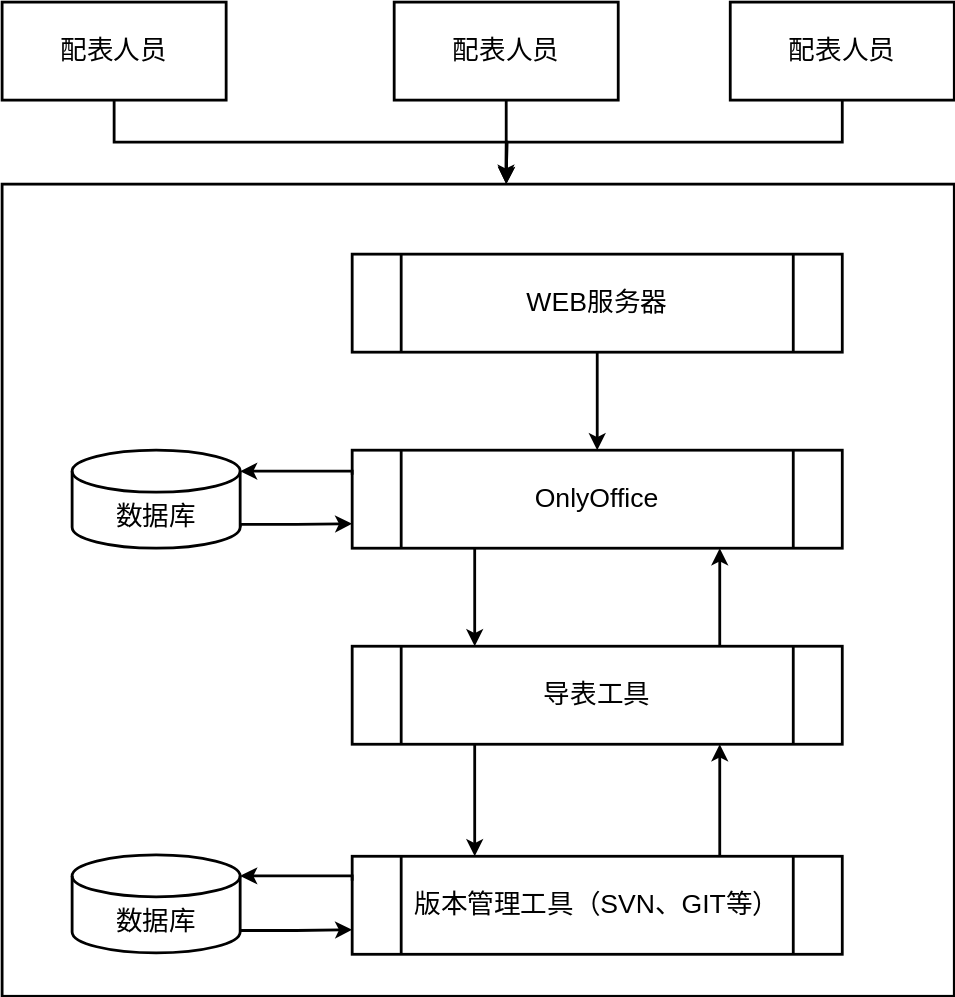
The draw.io diagram 一种基于WEB表格支持协同配置校验数据的方法/部署图.svg in dong50252409/drawio, before a commit. Source tidied: cells renumbered, new cells last; positions are measured from the earlier drawing's top-left corner, leaving out a move shared by most shapes. Its diagram source:
```xml
<mxGraphModel>
  <root>
    <mxCell id="0" />
    <mxCell id="1" parent="0" />
    <mxCell id="2" style="rounded=0;whiteSpace=wrap;html=1;fontSize=19;strokeWidth=2;" parent="1" vertex="1">
      <mxGeometry y="130" width="680" height="580" as="geometry" />
    </mxCell>
    <mxCell id="3" style="edgeStyle=orthogonalEdgeStyle;rounded=0;jettySize=auto;html=1;exitX=0.5;exitY=1;exitDx=0;exitDy=0;strokeWidth=2;" parent="1" edge="1" source="4">
      <mxGeometry relative="1" as="geometry">
        <mxPoint x="360" y="130" as="targetPoint" />
      </mxGeometry>
    </mxCell>
    <mxCell id="4" value="配表人员" style="rounded=0;whiteSpace=wrap;html=1;fontSize=19;strokeWidth=2;" parent="1" vertex="1">
      <mxGeometry width="160" height="70" as="geometry" />
    </mxCell>
    <mxCell id="5" style="edgeStyle=orthogonalEdgeStyle;rounded=0;jettySize=auto;html=1;exitX=0.5;exitY=1;exitDx=0;exitDy=0;strokeWidth=2;" parent="1" edge="1" source="6">
      <mxGeometry relative="1" as="geometry">
        <mxPoint x="360" y="130" as="targetPoint" />
      </mxGeometry>
    </mxCell>
    <mxCell id="6" value="配表人员" style="rounded=0;whiteSpace=wrap;html=1;fontSize=19;strokeWidth=2;" parent="1" vertex="1">
      <mxGeometry x="520" width="160" height="70" as="geometry" />
    </mxCell>
    <mxCell id="7" style="edgeStyle=orthogonalEdgeStyle;rounded=0;jettySize=auto;html=1;exitX=0.5;exitY=1;exitDx=0;exitDy=0;entryX=0.5;entryY=0;entryDx=0;entryDy=0;fontSize=19;strokeWidth=2;" parent="1" edge="1" source="8" target="10">
      <mxGeometry relative="1" as="geometry" />
    </mxCell>
    <mxCell id="8" value="WEB服务器" style="shape=process;whiteSpace=wrap;html=1;backgroundOutline=1;fontSize=19;strokeWidth=2;" parent="1" vertex="1">
      <mxGeometry x="250" y="180" width="350" height="70" as="geometry" />
    </mxCell>
    <mxCell id="9" style="edgeStyle=orthogonalEdgeStyle;rounded=0;jettySize=auto;html=1;exitX=0.25;exitY=1;exitDx=0;exitDy=0;entryX=0.25;entryY=0;entryDx=0;entryDy=0;fontSize=19;strokeWidth=2;" parent="1" edge="1" source="10" target="13">
      <mxGeometry relative="1" as="geometry" />
    </mxCell>
    <mxCell id="10" value="OnlyOffice" style="shape=process;whiteSpace=wrap;html=1;backgroundOutline=1;fontSize=19;strokeWidth=2;" parent="1" vertex="1">
      <mxGeometry x="250" y="320" width="350" height="70" as="geometry" />
    </mxCell>
    <mxCell id="11" style="edgeStyle=orthogonalEdgeStyle;rounded=0;jettySize=auto;html=1;exitX=0.75;exitY=0;exitDx=0;exitDy=0;entryX=0.75;entryY=1;entryDx=0;entryDy=0;fontSize=19;strokeWidth=2;" parent="1" edge="1" source="13" target="10">
      <mxGeometry relative="1" as="geometry" />
    </mxCell>
    <mxCell id="12" style="edgeStyle=orthogonalEdgeStyle;rounded=0;jettySize=auto;html=1;exitX=0.25;exitY=1;exitDx=0;exitDy=0;entryX=0.25;entryY=0;entryDx=0;entryDy=0;strokeWidth=2;" parent="1" edge="1" source="13" target="15">
      <mxGeometry relative="1" as="geometry" />
    </mxCell>
    <mxCell id="13" value="导表工具" style="shape=process;whiteSpace=wrap;html=1;backgroundOutline=1;fontSize=19;strokeWidth=2;" parent="1" vertex="1">
      <mxGeometry x="250" y="460" width="350" height="70" as="geometry" />
    </mxCell>
    <mxCell id="14" style="edgeStyle=orthogonalEdgeStyle;rounded=0;jettySize=auto;html=1;exitX=0.75;exitY=0;exitDx=0;exitDy=0;entryX=0.75;entryY=1;entryDx=0;entryDy=0;strokeWidth=2;" parent="1" edge="1" source="15" target="13">
      <mxGeometry relative="1" as="geometry" />
    </mxCell>
    <mxCell id="15" value="版本管理工具（SVN、GIT等）" style="shape=process;whiteSpace=wrap;html=1;backgroundOutline=1;fontSize=19;strokeWidth=2;" parent="1" vertex="1">
      <mxGeometry x="250" y="610" width="350" height="70" as="geometry" />
    </mxCell>
    <mxCell id="16" style="edgeStyle=orthogonalEdgeStyle;rounded=0;jettySize=auto;html=1;exitX=1;exitY=1;exitDx=0;exitDy=-15;exitPerimeter=0;entryX=0;entryY=0.75;entryDx=0;entryDy=0;fontSize=19;strokeWidth=2;" parent="1" edge="1" source="17" target="10">
      <mxGeometry relative="1" as="geometry">
        <Array as="points">
          <mxPoint x="170" y="373" />
          <mxPoint x="210" y="373" />
        </Array>
      </mxGeometry>
    </mxCell>
    <mxCell id="17" value="数据库" style="shape=cylinder3;whiteSpace=wrap;html=1;boundedLbl=1;backgroundOutline=1;size=15;fontSize=19;strokeWidth=2;" parent="1" vertex="1">
      <mxGeometry x="50" y="320" width="120" height="70" as="geometry" />
    </mxCell>
    <mxCell id="18" style="edgeStyle=orthogonalEdgeStyle;rounded=0;jettySize=auto;html=1;exitX=1;exitY=1;exitDx=0;exitDy=-15;exitPerimeter=0;entryX=0;entryY=0.75;entryDx=0;entryDy=0;fontSize=19;strokeWidth=2;" parent="1" edge="1" source="19" target="15">
      <mxGeometry relative="1" as="geometry">
        <Array as="points">
          <mxPoint x="170" y="663" />
          <mxPoint x="210" y="663" />
        </Array>
      </mxGeometry>
    </mxCell>
    <mxCell id="19" value="数据库" style="shape=cylinder3;whiteSpace=wrap;html=1;boundedLbl=1;backgroundOutline=1;size=15;fontSize=19;strokeWidth=2;" parent="1" vertex="1">
      <mxGeometry x="50" y="609" width="120" height="70" as="geometry" />
    </mxCell>
    <mxCell id="20" style="edgeStyle=orthogonalEdgeStyle;rounded=0;jettySize=auto;html=1;exitX=0;exitY=0.25;exitDx=0;exitDy=0;entryX=1;entryY=0;entryDx=0;entryDy=15;entryPerimeter=0;fontSize=19;strokeWidth=2;" parent="1" edge="1" source="15" target="19">
      <mxGeometry relative="1" as="geometry">
        <Array as="points">
          <mxPoint x="250" y="624" />
        </Array>
      </mxGeometry>
    </mxCell>
    <mxCell id="21" style="edgeStyle=orthogonalEdgeStyle;rounded=0;jettySize=auto;html=1;exitX=0;exitY=0.25;exitDx=0;exitDy=0;entryX=1;entryY=0;entryDx=0;entryDy=15;entryPerimeter=0;fontSize=19;strokeWidth=2;" parent="1" edge="1" source="10" target="17">
      <mxGeometry relative="1" as="geometry">
        <Array as="points">
          <mxPoint x="250" y="335" />
        </Array>
      </mxGeometry>
    </mxCell>
    <mxCell id="22" value="配表人员" style="rounded=0;whiteSpace=wrap;html=1;fontSize=19;strokeWidth=2;" parent="1" vertex="1">
      <mxGeometry x="280" width="160" height="70" as="geometry" />
    </mxCell>
    <mxCell id="23" style="edgeStyle=orthogonalEdgeStyle;rounded=0;jettySize=auto;html=1;exitX=0.5;exitY=1;exitDx=0;exitDy=0;entryX=0.529;entryY=-0.003;entryDx=0;entryDy=0;entryPerimeter=0;strokeWidth=2;" parent="1" edge="1" source="22" target="2">
      <mxGeometry relative="1" as="geometry" />
    </mxCell>
  </root>
</mxGraphModel>
```
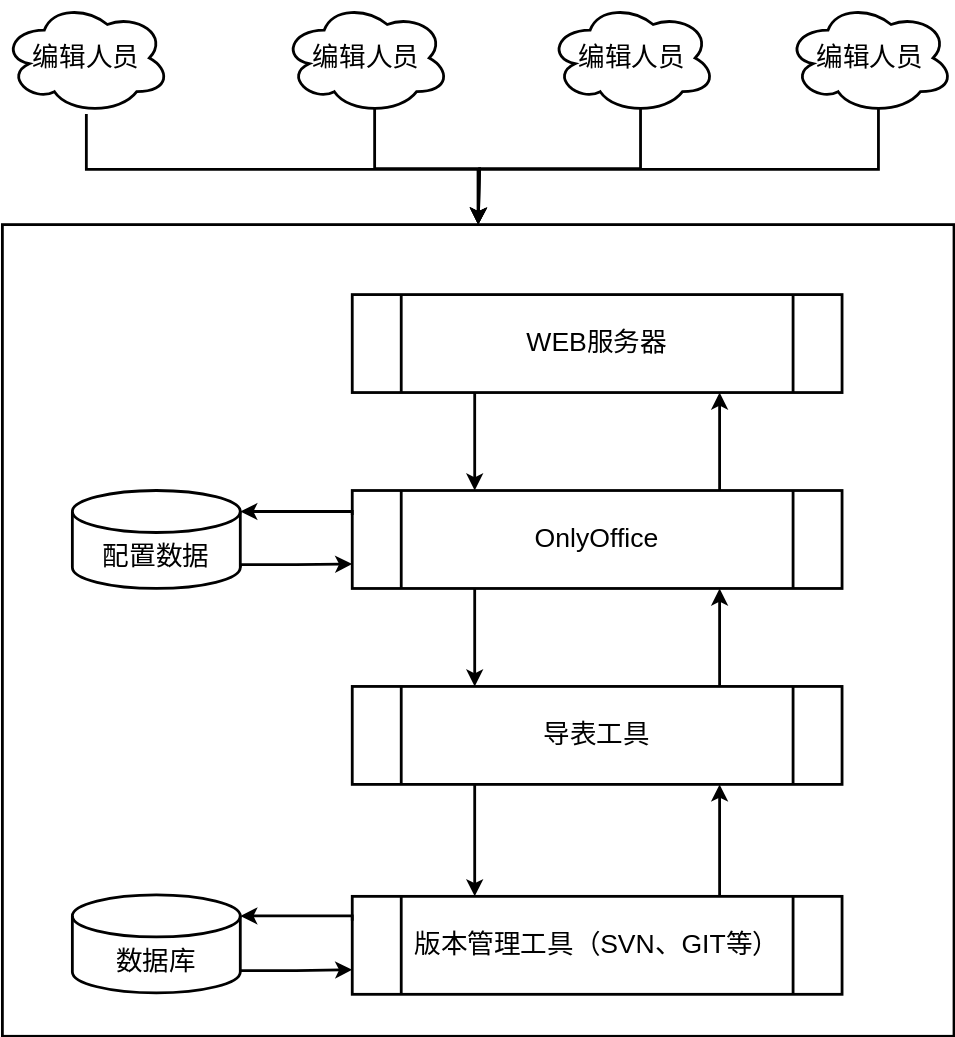
After the change.

Commit message:
更新部署图.svg

Diff of the diagram source:
```diff
@@ -5,23 +5,7 @@
     <mxCell id="2" style="rounded=0;whiteSpace=wrap;html=1;fontSize=19;strokeWidth=2;" parent="1" vertex="1">
       <mxGeometry y="130" width="680" height="580" as="geometry" />
     </mxCell>
-    <mxCell id="3" style="edgeStyle=orthogonalEdgeStyle;rounded=0;jettySize=auto;html=1;exitX=0.5;exitY=1;exitDx=0;exitDy=0;strokeWidth=2;" parent="1" edge="1" source="4">
-      <mxGeometry relative="1" as="geometry">
-        <mxPoint x="360" y="130" as="targetPoint" />
-      </mxGeometry>
-    </mxCell>
-    <mxCell id="4" value="配表人员" style="rounded=0;whiteSpace=wrap;html=1;fontSize=19;strokeWidth=2;" parent="1" vertex="1">
-      <mxGeometry width="160" height="70" as="geometry" />
-    </mxCell>
-    <mxCell id="5" style="edgeStyle=orthogonalEdgeStyle;rounded=0;jettySize=auto;html=1;exitX=0.5;exitY=1;exitDx=0;exitDy=0;strokeWidth=2;" parent="1" edge="1" source="6">
-      <mxGeometry relative="1" as="geometry">
-        <mxPoint x="360" y="130" as="targetPoint" />
-      </mxGeometry>
-    </mxCell>
-    <mxCell id="6" value="配表人员" style="rounded=0;whiteSpace=wrap;html=1;fontSize=19;strokeWidth=2;" parent="1" vertex="1">
-      <mxGeometry x="520" width="160" height="70" as="geometry" />
-    </mxCell>
-    <mxCell id="7" style="edgeStyle=orthogonalEdgeStyle;rounded=0;jettySize=auto;html=1;exitX=0.5;exitY=1;exitDx=0;exitDy=0;entryX=0.5;entryY=0;entryDx=0;entryDy=0;fontSize=19;strokeWidth=2;" parent="1" edge="1" source="8" target="10">
+    <mxCell id="7" style="edgeStyle=orthogonalEdgeStyle;rounded=0;jettySize=auto;html=1;exitX=0.25;exitY=1;exitDx=0;exitDy=0;entryX=0.25;entryY=0;entryDx=0;entryDy=0;strokeWidth=2;fontSize=19;" parent="1" edge="1" source="8" target="10">
       <mxGeometry relative="1" as="geometry" />
     </mxCell>
     <mxCell id="8" value="WEB服务器" style="shape=process;whiteSpace=wrap;html=1;backgroundOutline=1;fontSize=19;strokeWidth=2;" parent="1" vertex="1">
@@ -30,19 +14,22 @@
     <mxCell id="9" style="edgeStyle=orthogonalEdgeStyle;rounded=0;jettySize=auto;html=1;exitX=0.25;exitY=1;exitDx=0;exitDy=0;entryX=0.25;entryY=0;entryDx=0;entryDy=0;fontSize=19;strokeWidth=2;" parent="1" edge="1" source="10" target="13">
       <mxGeometry relative="1" as="geometry" />
     </mxCell>
+    <mxCell id="24" style="edgeStyle=orthogonalEdgeStyle;rounded=0;jettySize=auto;html=1;exitX=0.75;exitY=0;exitDx=0;exitDy=0;entryX=0.75;entryY=1;entryDx=0;entryDy=0;strokeWidth=2;fontSize=19;" parent="1" edge="1" source="10" target="8">
+      <mxGeometry relative="1" as="geometry" />
+    </mxCell>
     <mxCell id="10" value="OnlyOffice" style="shape=process;whiteSpace=wrap;html=1;backgroundOutline=1;fontSize=19;strokeWidth=2;" parent="1" vertex="1">
       <mxGeometry x="250" y="320" width="350" height="70" as="geometry" />
     </mxCell>
     <mxCell id="11" style="edgeStyle=orthogonalEdgeStyle;rounded=0;jettySize=auto;html=1;exitX=0.75;exitY=0;exitDx=0;exitDy=0;entryX=0.75;entryY=1;entryDx=0;entryDy=0;fontSize=19;strokeWidth=2;" parent="1" edge="1" source="13" target="10">
       <mxGeometry relative="1" as="geometry" />
     </mxCell>
-    <mxCell id="12" style="edgeStyle=orthogonalEdgeStyle;rounded=0;jettySize=auto;html=1;exitX=0.25;exitY=1;exitDx=0;exitDy=0;entryX=0.25;entryY=0;entryDx=0;entryDy=0;strokeWidth=2;" parent="1" edge="1" source="13" target="15">
+    <mxCell id="12" style="edgeStyle=orthogonalEdgeStyle;rounded=0;jettySize=auto;html=1;exitX=0.25;exitY=1;exitDx=0;exitDy=0;entryX=0.25;entryY=0;entryDx=0;entryDy=0;strokeWidth=2;fontSize=19;" parent="1" edge="1" source="13" target="15">
       <mxGeometry relative="1" as="geometry" />
     </mxCell>
     <mxCell id="13" value="导表工具" style="shape=process;whiteSpace=wrap;html=1;backgroundOutline=1;fontSize=19;strokeWidth=2;" parent="1" vertex="1">
       <mxGeometry x="250" y="460" width="350" height="70" as="geometry" />
     </mxCell>
-    <mxCell id="14" style="edgeStyle=orthogonalEdgeStyle;rounded=0;jettySize=auto;html=1;exitX=0.75;exitY=0;exitDx=0;exitDy=0;entryX=0.75;entryY=1;entryDx=0;entryDy=0;strokeWidth=2;" parent="1" edge="1" source="15" target="13">
+    <mxCell id="14" style="edgeStyle=orthogonalEdgeStyle;rounded=0;jettySize=auto;html=1;exitX=0.75;exitY=0;exitDx=0;exitDy=0;entryX=0.75;entryY=1;entryDx=0;entryDy=0;strokeWidth=2;fontSize=19;" parent="1" edge="1" source="15" target="13">
       <mxGeometry relative="1" as="geometry" />
     </mxCell>
     <mxCell id="15" value="版本管理工具（SVN、GIT等）" style="shape=process;whiteSpace=wrap;html=1;backgroundOutline=1;fontSize=19;strokeWidth=2;" parent="1" vertex="1">
@@ -56,7 +43,7 @@
         </Array>
       </mxGeometry>
     </mxCell>
-    <mxCell id="17" value="数据库" style="shape=cylinder3;whiteSpace=wrap;html=1;boundedLbl=1;backgroundOutline=1;size=15;fontSize=19;strokeWidth=2;" parent="1" vertex="1">
+    <mxCell id="17" value="配置数据" style="shape=cylinder3;whiteSpace=wrap;html=1;boundedLbl=1;backgroundOutline=1;size=15;fontSize=19;strokeWidth=2;" parent="1" vertex="1">
       <mxGeometry x="50" y="320" width="120" height="70" as="geometry" />
     </mxCell>
     <mxCell id="18" style="edgeStyle=orthogonalEdgeStyle;rounded=0;jettySize=auto;html=1;exitX=1;exitY=1;exitDx=0;exitDy=-15;exitPerimeter=0;entryX=0;entryY=0.75;entryDx=0;entryDy=0;fontSize=19;strokeWidth=2;" parent="1" edge="1" source="19" target="15">
@@ -84,11 +71,41 @@
         </Array>
       </mxGeometry>
     </mxCell>
-    <mxCell id="22" value="配表人员" style="rounded=0;whiteSpace=wrap;html=1;fontSize=19;strokeWidth=2;" parent="1" vertex="1">
-      <mxGeometry x="280" width="160" height="70" as="geometry" />
-    </mxCell>
-    <mxCell id="23" style="edgeStyle=orthogonalEdgeStyle;rounded=0;jettySize=auto;html=1;exitX=0.5;exitY=1;exitDx=0;exitDy=0;entryX=0.529;entryY=-0.003;entryDx=0;entryDy=0;entryPerimeter=0;strokeWidth=2;" parent="1" edge="1" source="22" target="2">
-      <mxGeometry relative="1" as="geometry" />
-    </mxCell>
+    <mxCell id="25" style="edgeStyle=orthogonalEdgeStyle;rounded=0;jettySize=auto;html=1;entryX=0.5;entryY=0;entryDx=0;entryDy=0;strokeWidth=2;fontSize=19;" parent="1" edge="1" source="26" target="2">
+      <mxGeometry relative="1" as="geometry" />
+    </mxCell>
+    <mxCell id="26" value="编辑人员" style="ellipse;shape=cloud;whiteSpace=wrap;html=1;strokeWidth=2;fontSize=19;" parent="1" vertex="1">
+      <mxGeometry y="-29" width="120" height="80" as="geometry" />
+    </mxCell>
+    <mxCell id="27" style="edgeStyle=orthogonalEdgeStyle;rounded=0;jettySize=auto;html=1;exitX=0.55;exitY=0.95;exitDx=0;exitDy=0;exitPerimeter=0;strokeWidth=2;fontSize=19;" parent="1" edge="1" source="28">
+      <mxGeometry relative="1" as="geometry">
+        <mxPoint x="340" y="130" as="targetPoint" />
+        <Array as="points">
+          <mxPoint x="266" y="90" />
+          <mxPoint x="341" y="90" />
+        </Array>
+      </mxGeometry>
+    </mxCell>
+    <mxCell id="28" value="编辑人员" style="ellipse;shape=cloud;whiteSpace=wrap;html=1;strokeWidth=2;fontSize=19;" parent="1" vertex="1">
+      <mxGeometry x="200" y="-29" width="120" height="80" as="geometry" />
+    </mxCell>
+    <mxCell id="29" style="edgeStyle=orthogonalEdgeStyle;rounded=0;jettySize=auto;html=1;exitX=0.55;exitY=0.95;exitDx=0;exitDy=0;exitPerimeter=0;strokeWidth=2;fontSize=19;" parent="1" edge="1" source="30">
+      <mxGeometry relative="1" as="geometry">
+        <mxPoint x="340" y="130" as="targetPoint" />
+        <Array as="points">
+          <mxPoint x="456" y="90" />
+          <mxPoint x="341" y="90" />
+        </Array>
+      </mxGeometry>
+    </mxCell>
+    <mxCell id="30" value="编辑人员" style="ellipse;shape=cloud;whiteSpace=wrap;html=1;strokeWidth=2;fontSize=19;" parent="1" vertex="1">
+      <mxGeometry x="390" y="-29" width="120" height="80" as="geometry" />
+    </mxCell>
+    <mxCell id="31" style="edgeStyle=orthogonalEdgeStyle;rounded=0;jettySize=auto;html=1;exitX=0.55;exitY=0.95;exitDx=0;exitDy=0;exitPerimeter=0;entryX=0.5;entryY=0;entryDx=0;entryDy=0;strokeWidth=2;fontSize=19;" parent="1" edge="1" source="32" target="2">
+      <mxGeometry relative="1" as="geometry" />
+    </mxCell>
+    <mxCell id="32" value="编辑人员" style="ellipse;shape=cloud;whiteSpace=wrap;html=1;strokeWidth=2;fontSize=19;" parent="1" vertex="1">
+      <mxGeometry x="560" y="-29" width="120" height="80" as="geometry" />
+    </mxCell>
   </root>
 </mxGraphModel>
```
